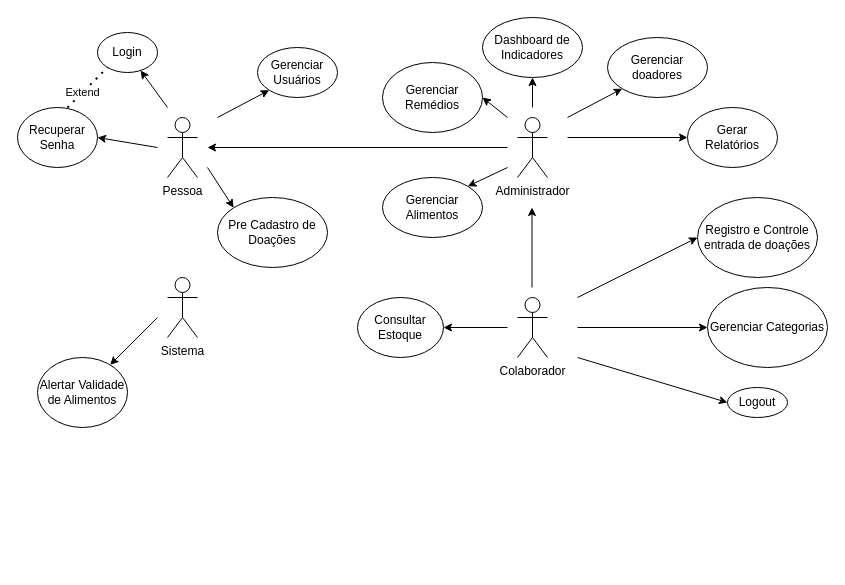
I23Rodrigues/ES2N keeps this draw.io diagram as Diagrama sem nome.drawio. Above is the earlier version. Source tidied: cells renumbered, new cells numbered last; positions are measured from the earlier drawing's top-left corner, leaving out a move shared by most shapes. Both pictures are drawn from the tidied source at 100%, with x=0, y=0 at pixel (17, 17).
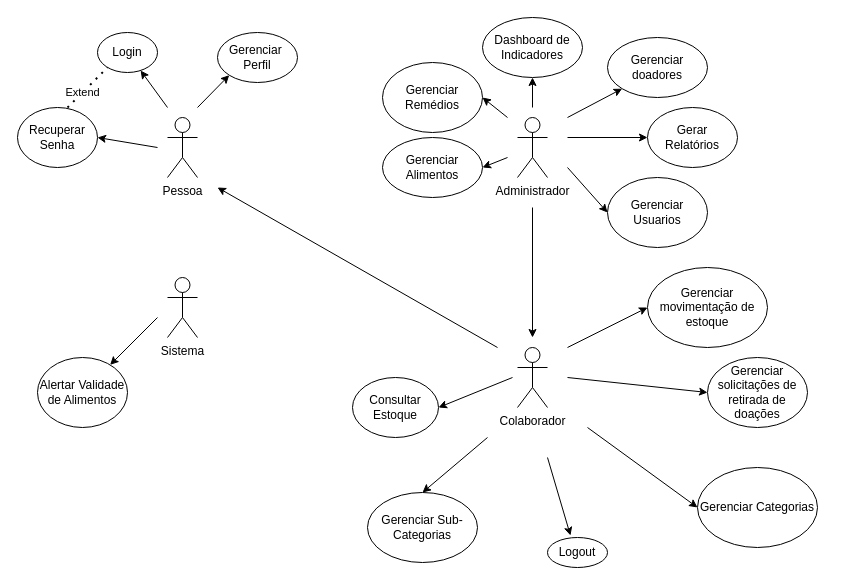
Above is the later version.

The edit, as a diff of the source:
```diff
@@
     <mxCell id="4" value="Colaborador&lt;div&gt;&lt;br&gt;&lt;/div&gt;" style="shape=umlActor;verticalLabelPosition=bottom;verticalAlign=top;html=1;" parent="1" vertex="1">
-      <mxGeometry x="500" y="280" width="30" height="60" as="geometry" />
+      <mxGeometry x="500" y="330" width="30" height="60" as="geometry" />
     </mxCell>
@@
     <mxCell id="7" value="Logout" style="ellipse;whiteSpace=wrap;html=1;" parent="1" vertex="1">
-      <mxGeometry x="710" y="370" width="60" height="30" as="geometry" />
+      <mxGeometry x="530" y="520" width="60" height="30" as="geometry" />
     </mxCell>
@@
-    <mxCell id="10" value="Gerenciar Usuários" style="ellipse;whiteSpace=wrap;html=1;" parent="1" vertex="1">
-      <mxGeometry x="240" y="30" width="80" height="50" as="geometry" />
+    <mxCell id="10" value="Gerenciar&amp;nbsp;&lt;div&gt;Perfil&lt;/div&gt;" style="ellipse;whiteSpace=wrap;html=1;" parent="1" vertex="1">
+      <mxGeometry x="200" y="15" width="80" height="50" as="geometry" />
     </mxCell>
@@
-    <mxCell id="12" value="Registro e Controle entrada de doações" style="ellipse;whiteSpace=wrap;html=1;" parent="1" vertex="1">
-      <mxGeometry x="680" y="180" width="120" height="80" as="geometry" />
+    <mxCell id="12" value="Gerenciar movimentação de estoque" style="ellipse;whiteSpace=wrap;html=1;" parent="1" vertex="1">
+      <mxGeometry x="630" y="250" width="120" height="80" as="geometry" />
     </mxCell>
     <mxCell id="13" value="Gerenciar Categorias" style="ellipse;whiteSpace=wrap;html=1;" parent="1" vertex="1">
-      <mxGeometry x="690" y="270" width="120" height="80" as="geometry" />
+      <mxGeometry x="680" y="450" width="120" height="80" as="geometry" />
     </mxCell>
-    <mxCell id="14" value="Pre Cadastro de Doações" style="ellipse;whiteSpace=wrap;html=1;" parent="1" vertex="1">
-      <mxGeometry x="200" y="180" width="110" height="70" as="geometry" />
+    <mxCell id="14" value="Gerenciar Sub-Categorias" style="ellipse;whiteSpace=wrap;html=1;" parent="1" vertex="1">
+      <mxGeometry x="350" y="475" width="110" height="70" as="geometry" />
     </mxCell>
     <mxCell id="15" value="Consultar Estoque" style="ellipse;whiteSpace=wrap;html=1;" parent="1" vertex="1">
-      <mxGeometry x="340" y="280" width="86" height="60" as="geometry" />
+      <mxGeometry x="335" y="360" width="86" height="60" as="geometry" />
     </mxCell>
@@
     <mxCell id="17" value="Gerar Relatórios" style="ellipse;whiteSpace=wrap;html=1;" parent="1" vertex="1">
-      <mxGeometry x="670" y="90" width="90" height="60" as="geometry" />
+      <mxGeometry x="630" y="90" width="90" height="60" as="geometry" />
     </mxCell>
     <mxCell id="18" style="endArrow=classic;html=1;rounded=0;" parent="1" edge="1">
       <mxGeometry relative="1" as="geometry">
-        <mxPoint x="514.5" y="270" as="sourcePoint" />
-        <mxPoint x="514.5" y="190" as="targetPoint" />
+        <mxPoint x="515" y="190" as="sourcePoint" />
+        <mxPoint x="515" y="320" as="targetPoint" />
       </mxGeometry>
     </mxCell>
     <mxCell id="19" style="endArrow=classic;html=1;rounded=0;entryX=0;entryY=0.5;entryDx=0;entryDy=0;" parent="1" edge="1" target="12">
       <mxGeometry relative="1" as="geometry">
-        <mxPoint x="560" y="280" as="sourcePoint" />
+        <mxPoint x="550" y="330" as="sourcePoint" />
       </mxGeometry>
     </mxCell>
     <mxCell id="20" style="endArrow=classic;html=1;rounded=0;entryX=0;entryY=0.5;entryDx=0;entryDy=0;" parent="1" edge="1" target="13">
       <mxGeometry relative="1" as="geometry">
-        <mxPoint x="560" y="310" as="sourcePoint" />
+        <mxPoint x="570" y="410" as="sourcePoint" />
       </mxGeometry>
     </mxCell>
     <mxCell id="21" style="endArrow=classic;html=1;rounded=0;entryX=1;entryY=0.5;entryDx=0;entryDy=0;" parent="1" edge="1" target="15">
       <mxGeometry relative="1" as="geometry">
-        <mxPoint x="490" y="310" as="sourcePoint" />
+        <mxPoint x="495" y="360" as="sourcePoint" />
       </mxGeometry>
     </mxCell>
     <mxCell id="22" style="endArrow=classic;html=1;rounded=0;entryX=0;entryY=1;entryDx=0;entryDy=0;" parent="1" edge="1" target="10">
       <mxGeometry relative="1" as="geometry">
-        <mxPoint x="200" y="100" as="sourcePoint" />
+        <mxPoint x="180" y="90" as="sourcePoint" />
       </mxGeometry>
     </mxCell>
@@
-    <mxCell id="27" style="endArrow=classic;html=1;rounded=0;entryX=0;entryY=0.5;entryDx=0;entryDy=0;" parent="1" edge="1" target="7">
+    <mxCell id="27" style="endArrow=classic;html=1;rounded=0;entryX=0.383;entryY=-0.067;entryDx=0;entryDy=0;entryPerimeter=0;" parent="1" edge="1" target="7">
       <mxGeometry relative="1" as="geometry">
-        <mxPoint x="560" y="340" as="sourcePoint" />
+        <mxPoint x="530" y="440" as="sourcePoint" />
       </mxGeometry>
     </mxCell>
@@
     <mxCell id="30" style="endArrow=classic;html=1;rounded=0;" parent="1" edge="1">
       <mxGeometry relative="1" as="geometry">
-        <mxPoint x="490" y="130" as="sourcePoint" />
-        <mxPoint x="190" y="130" as="targetPoint" />
+        <mxPoint x="480" y="330" as="sourcePoint" />
+        <mxPoint x="200" y="170" as="targetPoint" />
       </mxGeometry>
     </mxCell>
     <mxCell id="31" value="Gerenciar Alimentos" style="ellipse;whiteSpace=wrap;html=1;" parent="1" vertex="1">
-      <mxGeometry x="365" y="160" width="100" height="60" as="geometry" />
+      <mxGeometry x="365" y="120" width="100" height="60" as="geometry" />
     </mxCell>
@@
-    <mxCell id="33" style="endArrow=classic;html=1;rounded=0;entryX=1;entryY=0;entryDx=0;entryDy=0;" parent="1" edge="1" target="31">
+    <mxCell id="33" style="endArrow=classic;html=1;rounded=0;entryX=1;entryY=0.5;entryDx=0;entryDy=0;" parent="1" edge="1" target="31">
       <mxGeometry relative="1" as="geometry">
-        <mxPoint x="490" y="150" as="sourcePoint" />
+        <mxPoint x="490" y="140" as="sourcePoint" />
       </mxGeometry>
     </mxCell>
@@
-    <mxCell id="35" style="endArrow=classic;html=1;rounded=0;entryX=0;entryY=0;entryDx=0;entryDy=0;" parent="1" edge="1" target="14">
+    <mxCell id="35" style="endArrow=classic;html=1;rounded=0;entryX=0.5;entryY=0;entryDx=0;entryDy=0;" parent="1" edge="1" target="14">
       <mxGeometry relative="1" as="geometry">
-        <mxPoint x="190" y="150" as="sourcePoint" />
+        <mxPoint x="470" y="420" as="sourcePoint" />
       </mxGeometry>
     </mxCell>
@@
+    <mxCell id="39" value="Gerenciar Usuarios" style="ellipse;whiteSpace=wrap;html=1;" parent="1" vertex="1">
+      <mxGeometry x="590" y="160" width="100" height="70" as="geometry" />
+    </mxCell>
+    <mxCell id="40" style="endArrow=classic;html=1;rounded=0;entryX=0;entryY=0.5;entryDx=0;entryDy=0;" parent="1" edge="1" target="39">
+      <mxGeometry relative="1" as="geometry">
+        <mxPoint x="550" y="150" as="sourcePoint" />
+      </mxGeometry>
+    </mxCell>
+    <mxCell id="41" value="Gerenciar solicitações de retirada de doações" style="ellipse;whiteSpace=wrap;html=1;" parent="1" vertex="1">
+      <mxGeometry x="690" y="340" width="100" height="70" as="geometry" />
+    </mxCell>
+    <mxCell id="42" style="endArrow=classic;html=1;rounded=0;entryX=0;entryY=0.5;entryDx=0;entryDy=0;" parent="1" edge="1" target="41">
+      <mxGeometry relative="1" as="geometry">
+        <mxPoint x="550" y="360" as="sourcePoint" />
+      </mxGeometry>
+    </mxCell>
```
